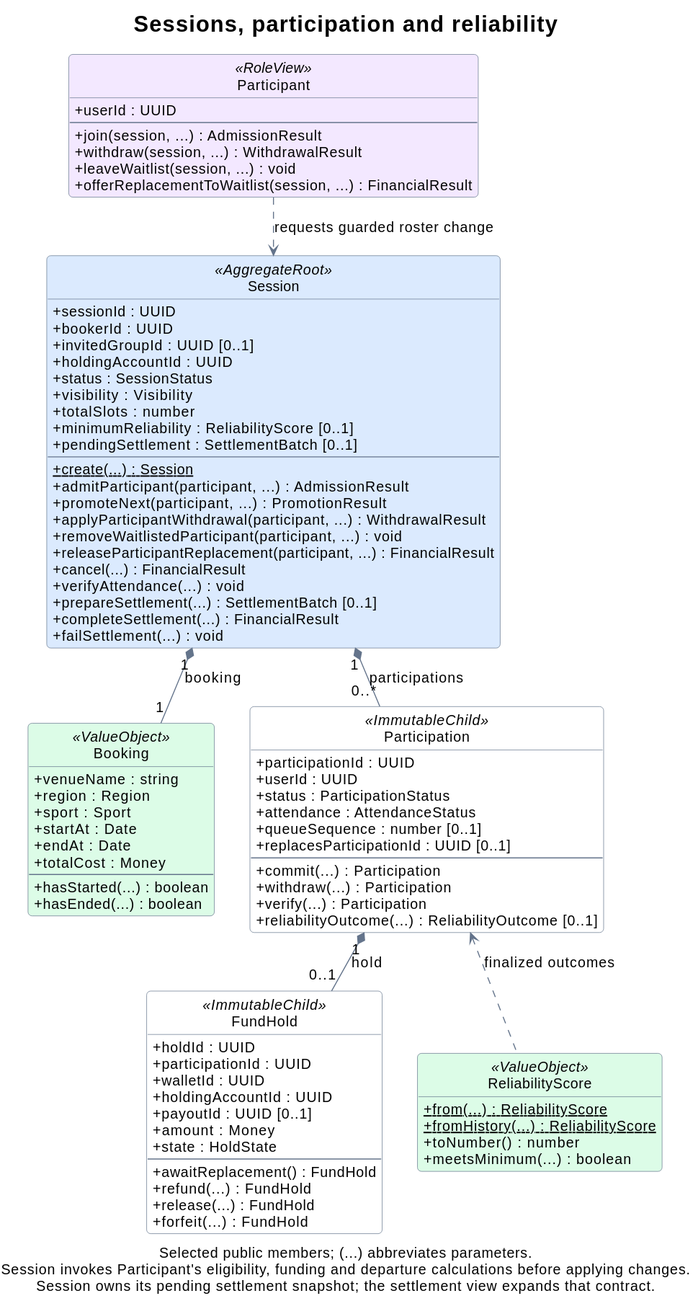
Above: docs/assets/domain-sessions.svg in rbrishi15/booking-web-manager (PlantUML), before the change.
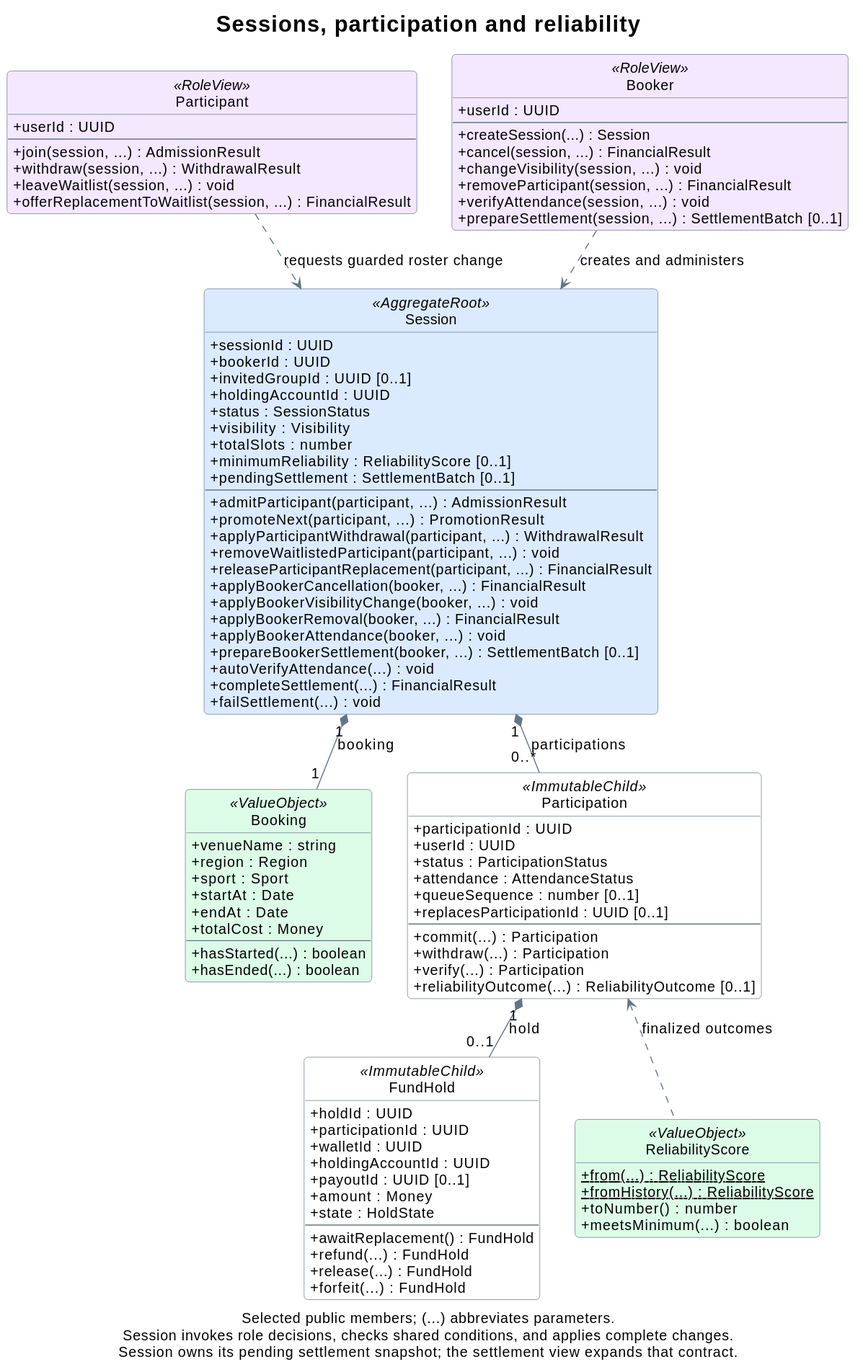
After the change.

What changed in the source:
```diff
@@ -32,15 +32,17 @@
   +minimumReliability : ReliabilityScore [0..1]
   +pendingSettlement : SettlementBatch [0..1]
   --
-  {static} +create(...) : Session
   +admitParticipant(participant, ...) : AdmissionResult
   +promoteNext(participant, ...) : PromotionResult
   +applyParticipantWithdrawal(participant, ...) : WithdrawalResult
   +removeWaitlistedParticipant(participant, ...) : void
   +releaseParticipantReplacement(participant, ...) : FinancialResult
-  +cancel(...) : FinancialResult
-  +verifyAttendance(...) : void
-  +prepareSettlement(...) : SettlementBatch [0..1]
+  +applyBookerCancellation(booker, ...) : FinancialResult
+  +applyBookerVisibilityChange(booker, ...) : void
+  +applyBookerRemoval(booker, ...) : FinancialResult
+  +applyBookerAttendance(booker, ...) : void
+  +prepareBookerSettlement(booker, ...) : SettlementBatch [0..1]
+  +autoVerifyAttendance(...) : void
   +completeSettlement(...) : FinancialResult
   +failSettlement(...) : void
 }
@@ -52,6 +54,17 @@
   +withdraw(session, ...) : WithdrawalResult
   +leaveWaitlist(session, ...) : void
   +offerReplacementToWaitlist(session, ...) : FinancialResult
+}
+
+class Booker <<RoleView>> {
+  +userId : UUID
+  --
+  +createSession(...) : Session
+  +cancel(session, ...) : FinancialResult
+  +changeVisibility(session, ...) : void
+  +removeParticipant(session, ...) : FinancialResult
+  +verifyAttendance(session, ...) : void
+  +prepareSettlement(session, ...) : SettlementBatch [0..1]
 }
 
 class Booking <<ValueObject>> {
@@ -104,11 +117,12 @@
 
 Session "1" *-down- "1" Booking : booking
 Participant .down.> Session : requests guarded roster change
+Booker .down.> Session : creates and administers
 Session "1" *-down- "0..*" Participation : participations
 Participation "1" *-down- "0..1" FundHold : hold
 ReliabilityScore .up.> Participation : finalized outcomes
 Booking -[hidden]right- Participation
 FundHold -[hidden]right- ReliabilityScore
 
-caption Selected public members; (...) abbreviates parameters.\nSession invokes Participant's eligibility, funding and departure calculations before applying changes.\nSession owns its pending settlement snapshot; the settlement view expands that contract.
+caption Selected public members; (...) abbreviates parameters.\nSession invokes role decisions, checks shared conditions, and applies complete changes.\nSession owns its pending settlement snapshot; the settlement view expands that contract.
 @enduml
```
